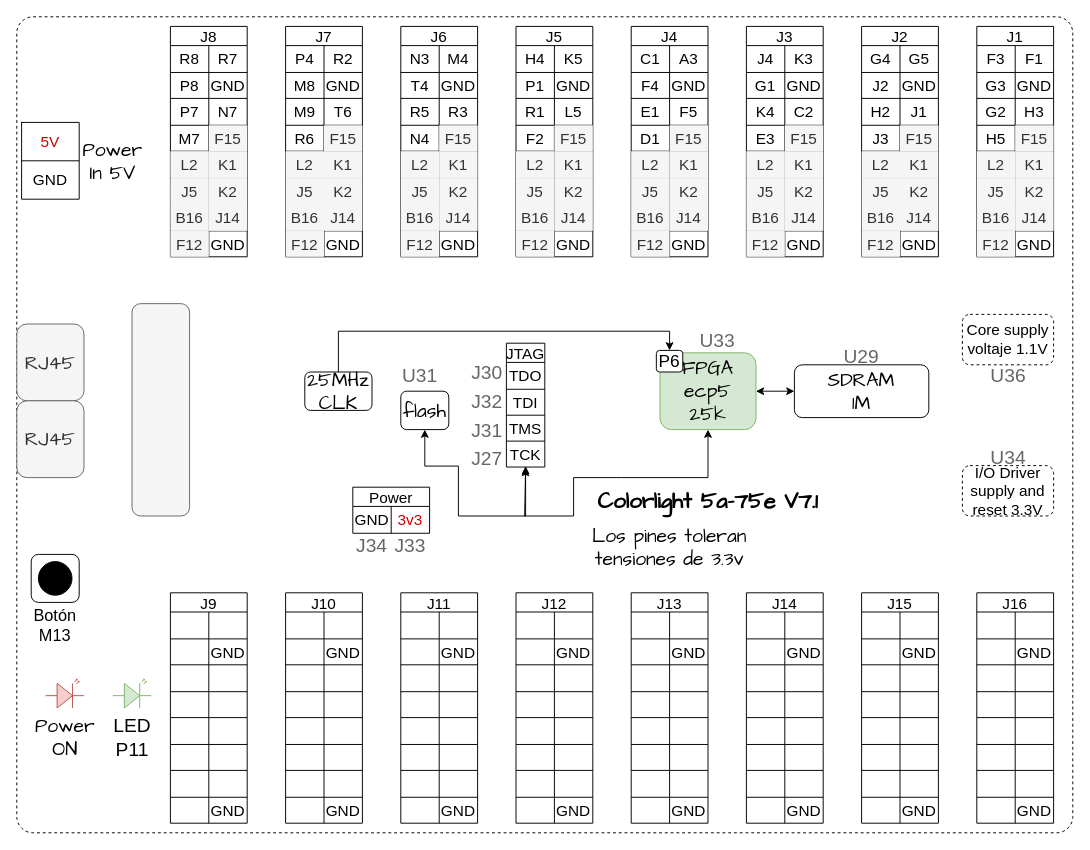
Before: page "v7.1" (2 of 2) of fpga-example/colorlight-5a-75e/recursos/colorlight-5a-75e.drawio in johnnycubides/digital-electronic-1-101, a draw.io diagram. Source tidied: cells renumbered, new cells numbered last; positions are measured from the earlier drawing's top-left corner, leaving out a move shared by most shapes. Both pictures are drawn from the tidied source at 96%, with x=0, y=0 at pixel (16, 16).
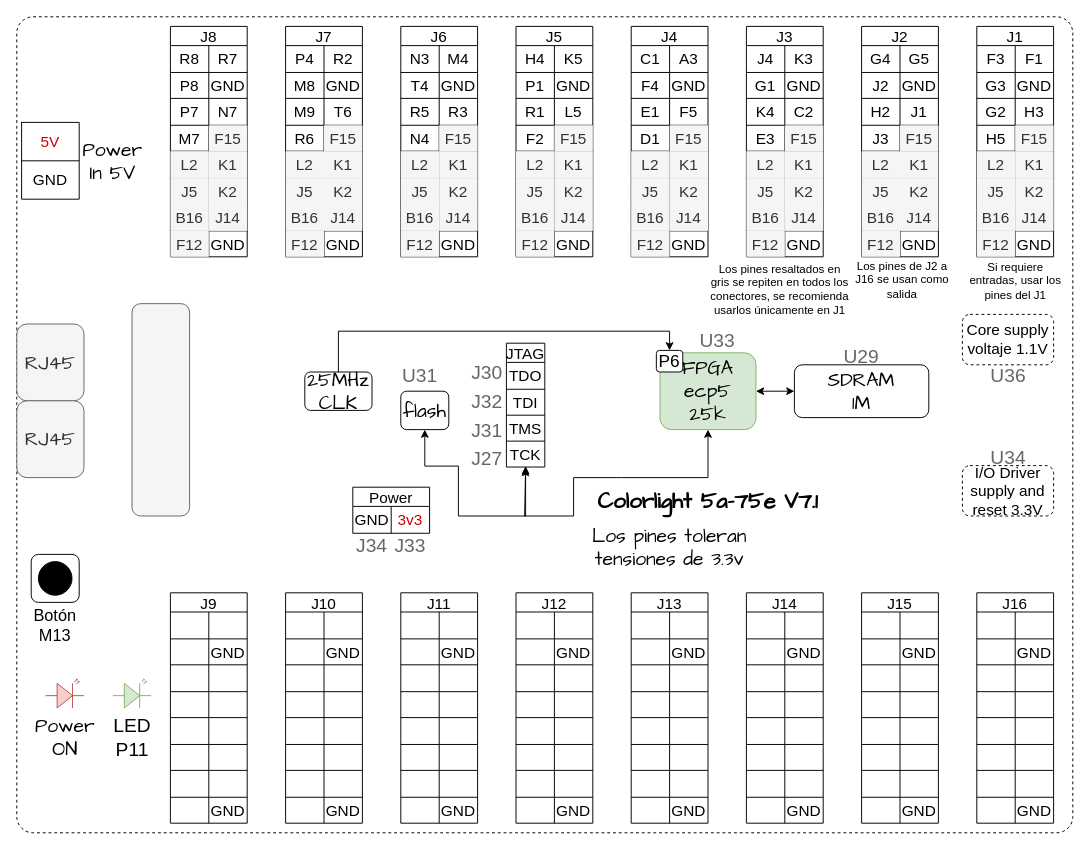
The same diagram, later.

Diff of the diagram source:
```diff
@@
+    <mxCell id="458" value="Si requiere entradas, usar los pines del J1" style="text;html=1;align=center;verticalAlign=middle;whiteSpace=wrap;rounded=0;" parent="1" vertex="1">
+      <mxGeometry x="987.5" y="250" width="105" height="50" as="geometry" />
+    </mxCell>
+    <mxCell id="459" value="Los pines de J2 a J16 se usan como salida" style="text;html=1;align=center;verticalAlign=middle;whiteSpace=wrap;rounded=0;" parent="1" vertex="1">
+      <mxGeometry x="870" y="258.8" width="105" height="30" as="geometry" />
+    </mxCell>
+    <mxCell id="460" value="Los pines resaltados en gris se repiten en todos los conectores, se recomienda usarlos únicamente en J1" style="text;html=1;align=center;verticalAlign=middle;whiteSpace=wrap;rounded=0;" parent="1" vertex="1">
+      <mxGeometry x="720" y="258.8" width="150" height="51.2" as="geometry" />
+    </mxCell>
```
